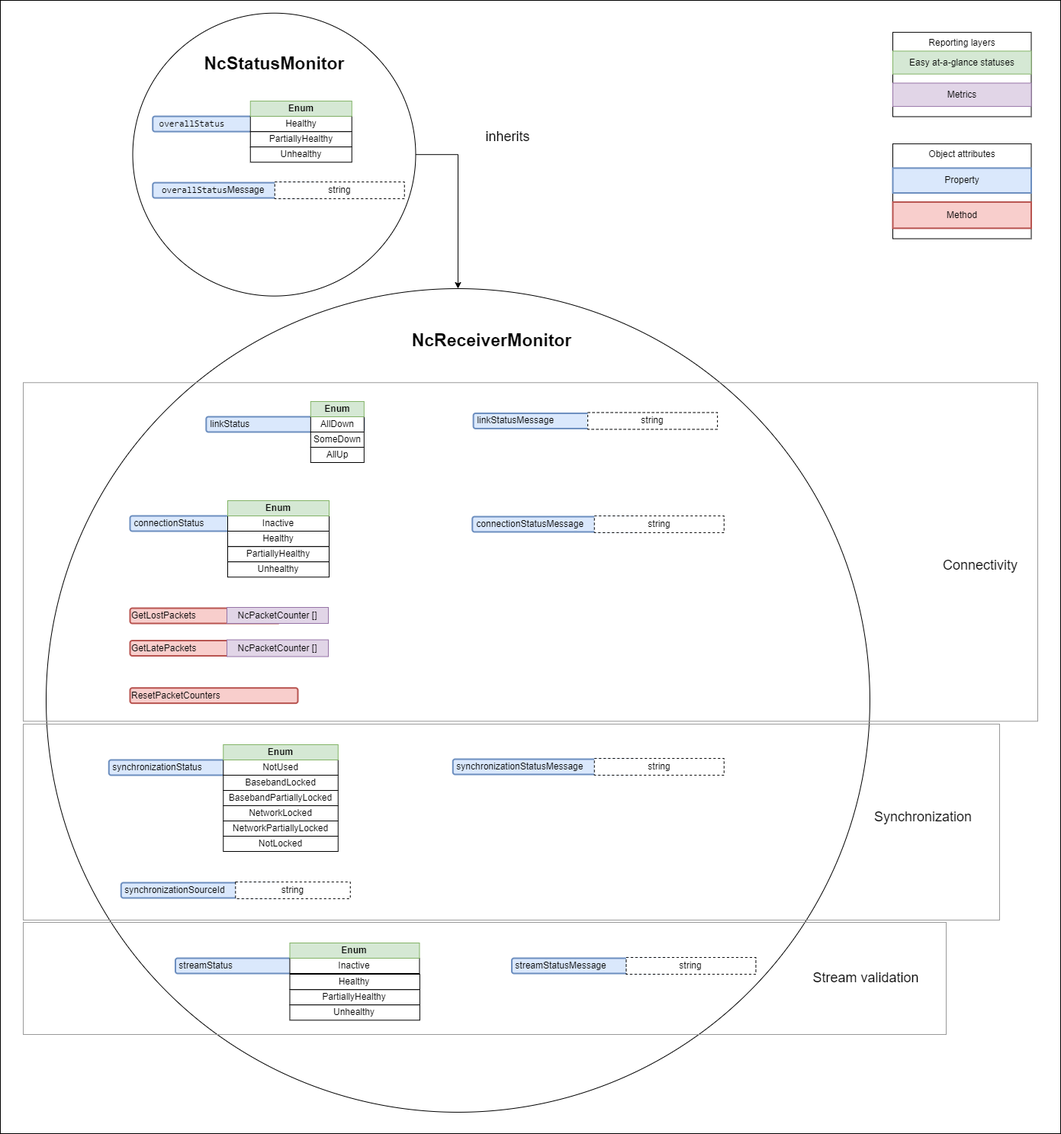
This is docs/images/receiver-model-minimal.png from AMWA-TV/bcp-008-01, a draw.io export, as it was before one commit. Source tidied: cells renumbered, new cells last; positions are measured from the earlier drawing's top-left corner, leaving out a move shared by most shapes.
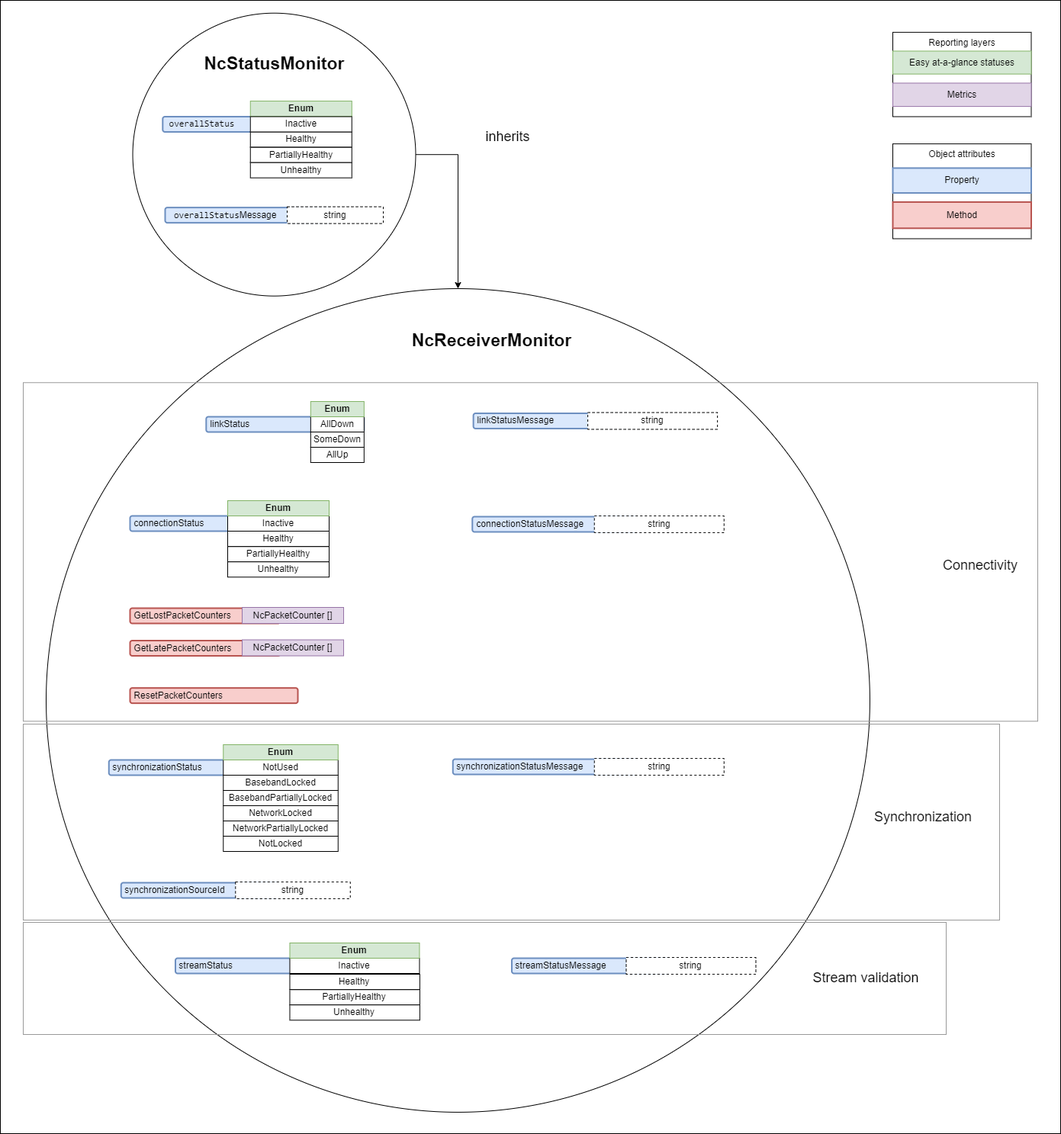
The same file after the commit.

Diff of the diagram source:
```diff
@@ -62,19 +62,19 @@
     <mxCell id="21" value="Unhealthy" style="rounded=0;whiteSpace=wrap;html=1;" parent="1" vertex="1">
       <mxGeometry x="298" y="736.2" width="133" height="20" as="geometry" />
     </mxCell>
-    <mxCell id="22" value="GetLostPackets" style="rounded=1;whiteSpace=wrap;html=1;align=left;fillColor=#f8cecc;strokeColor=#b85450;strokeWidth=2;" parent="1" vertex="1">
+    <mxCell id="22" value="&amp;nbsp;GetLostPacketCounters" style="rounded=1;whiteSpace=wrap;html=1;align=left;fillColor=#f8cecc;strokeColor=#b85450;strokeWidth=2;" parent="1" vertex="1">
       <mxGeometry x="170" y="797" width="197" height="20" as="geometry" />
     </mxCell>
     <mxCell id="23" value="NcPacketCounter []" style="rounded=0;whiteSpace=wrap;html=1;fillColor=#e1d5e7;strokeColor=#9673a6;" parent="1" vertex="1">
-      <mxGeometry x="297" y="796" width="133" height="21" as="geometry" />
+      <mxGeometry x="317" y="796" width="133" height="21" as="geometry" />
     </mxCell>
-    <mxCell id="24" value="GetLatePackets" style="rounded=1;whiteSpace=wrap;html=1;align=left;fillColor=#f8cecc;strokeColor=#b85450;strokeWidth=2;" parent="1" vertex="1">
+    <mxCell id="24" value="&amp;nbsp;GetLatePacketCounters" style="rounded=1;whiteSpace=wrap;html=1;align=left;fillColor=#f8cecc;strokeColor=#b85450;strokeWidth=2;" parent="1" vertex="1">
       <mxGeometry x="170" y="839.5" width="197" height="20" as="geometry" />
     </mxCell>
     <mxCell id="25" value="NcPacketCounter []" style="rounded=0;whiteSpace=wrap;html=1;fillColor=#e1d5e7;strokeColor=#9673a6;" parent="1" vertex="1">
-      <mxGeometry x="297" y="838.5" width="133" height="22" as="geometry" />
+      <mxGeometry x="317" y="838.5" width="133" height="21" as="geometry" />
     </mxCell>
-    <mxCell id="26" value="ResetPacketCounters" style="rounded=1;whiteSpace=wrap;html=1;align=left;fillColor=#f8cecc;strokeColor=#b85450;strokeWidth=2;" parent="1" vertex="1">
+    <mxCell id="26" value="&amp;nbsp;ResetPacketCounters" style="rounded=1;whiteSpace=wrap;html=1;align=left;fillColor=#f8cecc;strokeColor=#b85450;strokeWidth=2;" parent="1" vertex="1">
       <mxGeometry x="170" y="901.6" width="220" height="20" as="geometry" />
     </mxCell>
     <mxCell id="27" value="&amp;nbsp;streamStatus" style="rounded=1;whiteSpace=wrap;html=1;align=left;fillColor=#dae8fc;strokeColor=#6c8ebf;strokeWidth=2;" parent="1" vertex="1">
@@ -150,19 +150,19 @@
       <mxGeometry x="297.5" y="68.1" width="123" height="30" as="geometry" />
     </mxCell>
     <mxCell id="51" value="&lt;pre class=&quot;highlight&quot;&gt;&lt;code&gt;&lt;span class=&quot;nx&quot;&gt; overallStatus&lt;/span&gt;&lt;span class=&quot;p&quot;&gt;&lt;/span&gt;&lt;/code&gt;&lt;/pre&gt;" style="rounded=1;whiteSpace=wrap;html=1;align=left;fillColor=#dae8fc;strokeColor=#6c8ebf;strokeWidth=2;" parent="1" vertex="1">
-      <mxGeometry x="199.8" y="152.1" width="198" height="20" as="geometry" />
+      <mxGeometry x="212.8" y="152.5" width="198" height="20" as="geometry" />
     </mxCell>
     <mxCell id="52" value="Healthy" style="rounded=0;whiteSpace=wrap;html=1;" parent="1" vertex="1">
-      <mxGeometry x="327.8" y="151.9" width="133" height="20" as="geometry" />
+      <mxGeometry x="327.8" y="172.5" width="133" height="20" as="geometry" />
     </mxCell>
     <mxCell id="53" value="Enum" style="rounded=0;whiteSpace=wrap;html=1;fillColor=#d5e8d4;strokeColor=#82b366;fontStyle=1;" parent="1" vertex="1">
       <mxGeometry x="327.8" y="132.1" width="133" height="20" as="geometry" />
     </mxCell>
     <mxCell id="54" value="PartiallyHealthy" style="rounded=0;whiteSpace=wrap;html=1;" parent="1" vertex="1">
-      <mxGeometry x="327.8" y="172.2" width="133" height="20" as="geometry" />
+      <mxGeometry x="327.8" y="192.7" width="133" height="20" as="geometry" />
     </mxCell>
     <mxCell id="55" value="Unhealthy" style="rounded=0;whiteSpace=wrap;html=1;" parent="1" vertex="1">
-      <mxGeometry x="327.8" y="192.2" width="133" height="20" as="geometry" />
+      <mxGeometry x="327.8" y="212.7" width="133" height="20" as="geometry" />
     </mxCell>
     <mxCell id="56" value="&lt;span style=&quot;font-weight: normal;&quot;&gt;&lt;font style=&quot;font-size: 18px;&quot;&gt;inherits&lt;/font&gt;&lt;/span&gt;" style="text;html=1;strokeColor=none;fillColor=none;align=center;verticalAlign=middle;whiteSpace=wrap;rounded=0;strokeWidth=1;fontSize=23;fontStyle=1;" parent="1" vertex="1">
       <mxGeometry x="603.5" y="162.2" width="123" height="30" as="geometry" />
@@ -177,10 +177,10 @@
       <mxGeometry x="379.5" y="1317.2" width="170.4" height="20" as="geometry" />
     </mxCell>
     <mxCell id="60" value="&amp;nbsp;&lt;code&gt; &lt;span class=&quot;nx&quot;&gt;overallStatus&lt;/span&gt;&lt;span class=&quot;p&quot;&gt;&lt;/span&gt;&lt;/code&gt;Message" style="rounded=1;whiteSpace=wrap;html=1;align=left;fillColor=#dae8fc;strokeColor=#6c8ebf;strokeWidth=2;" parent="1" vertex="1">
-      <mxGeometry x="199.8" y="239.1" width="217.5" height="20" as="geometry" />
+      <mxGeometry x="216" y="271.6" width="217.5" height="20" as="geometry" />
     </mxCell>
     <mxCell id="61" value="string" style="rounded=0;whiteSpace=wrap;html=1;dashed=1;" parent="1" vertex="1">
-      <mxGeometry x="359.8" y="238.1" width="170" height="22" as="geometry" />
+      <mxGeometry x="376" y="270.6" width="126" height="22" as="geometry" />
     </mxCell>
     <mxCell id="62" style="rounded=0;whiteSpace=wrap;html=1;fillStyle=hatch;fillColor=none;strokeColor=#999999;" parent="1" vertex="1">
       <mxGeometry x="30" y="501.2" width="1330" height="444" as="geometry" />
@@ -200,5 +200,8 @@
     <mxCell id="67" style="rounded=0;whiteSpace=wrap;html=1;fillStyle=hatch;fillColor=none;strokeColor=#999999;" parent="1" vertex="1">
       <mxGeometry x="30" y="1209" width="1210" height="147" as="geometry" />
     </mxCell>
+    <mxCell id="68" value="Inactive" style="rounded=0;whiteSpace=wrap;html=1;" parent="1" vertex="1">
+      <mxGeometry x="327.8" y="152.5" width="133" height="20" as="geometry" />
+    </mxCell>
   </root>
 </mxGraphModel>
```
